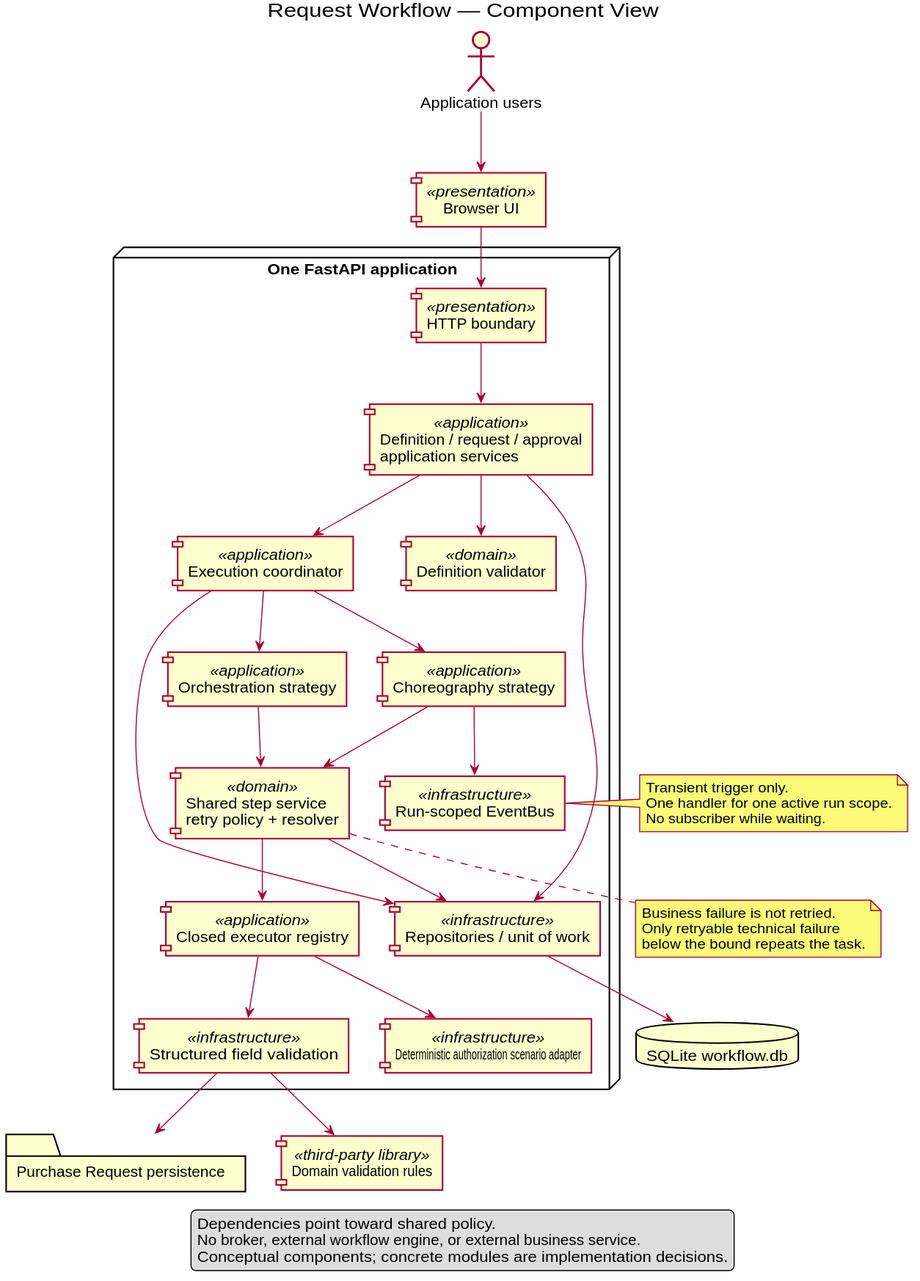
MAES1102/WMS keeps this PlantUML diagram as docs/architecture/uml/rendered/component-view.svg. Above is the earlier version.
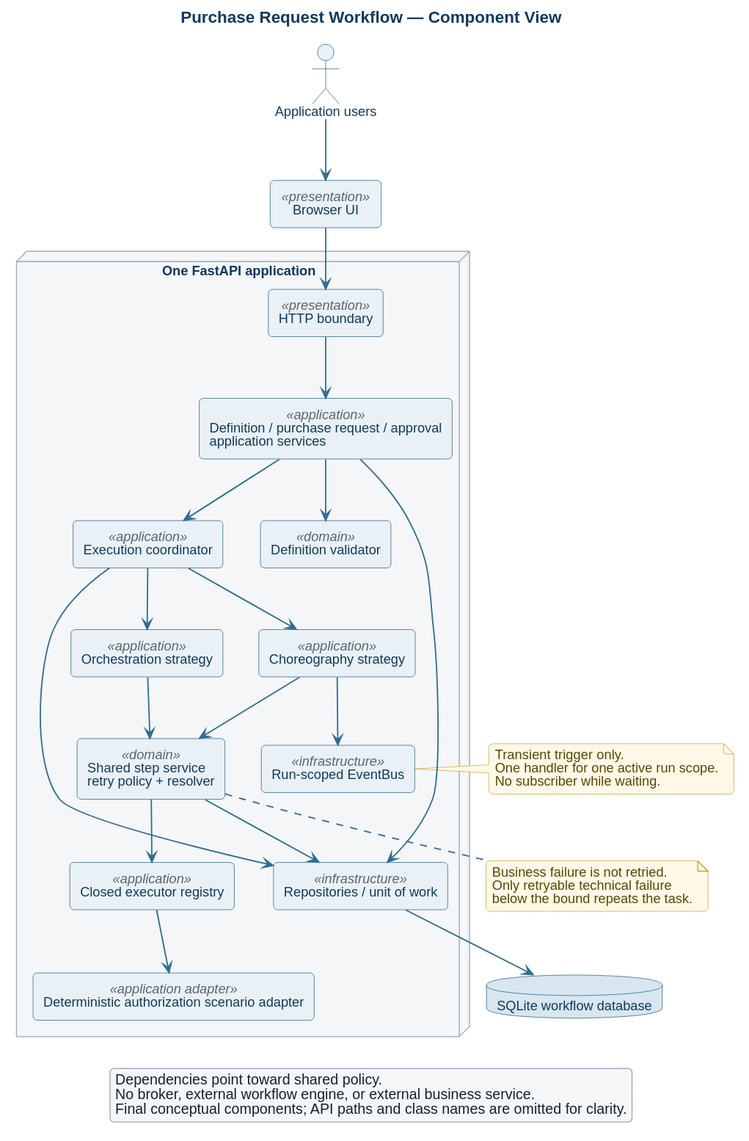
The same diagram one commit later.

What changed in the source:
```diff
@@ -1,14 +1,54 @@
 @startuml
-title Request Workflow — Component View
+title Purchase Request Workflow — Component View
 skinparam componentStyle rectangle
 skinparam shadowing false
+skinparam backgroundColor white
+skinparam defaultFontName Helvetica
+skinparam defaultFontSize 13
+skinparam roundcorner 8
+skinparam ArrowColor #326d91
+skinparam ArrowThickness 1.3
+skinparam titleFontColor #12395b
+skinparam titleFontSize 16
+skinparam titleFontStyle bold
+skinparam component {
+  BackgroundColor #e9f1f6
+  BorderColor #1d567d
+  FontColor #12395b
+  StereotypeFontColor #5a6470
+}
+skinparam node {
+  BackgroundColor #f4f6f8
+  BorderColor #9eabb7
+  FontColor #12395b
+}
+skinparam database {
+  BackgroundColor #d7e6ef
+  BorderColor #1d567d
+  FontColor #12395b
+}
+skinparam actor {
+  BackgroundColor #e9f1f6
+  BorderColor #1d567d
+  FontColor #12395b
+}
+skinparam note {
+  BackgroundColor #fff8e7
+  BorderColor #c9a227
+  FontColor #5a4600
+}
+skinparam legend {
+  BackgroundColor #f4f6f8
+  BorderColor #9eabb7
+  FontColor #17212b
+}
 
 actor "Application users" as Users
 component "Browser UI" as Browser <<presentation>>
 
 node "One FastAPI application" {
   component "HTTP boundary" as HTTP <<presentation>>
-  component "Definition / request / approval\napplication services" as Services <<application>>
+  component "Definition / purchase request / approval\napplication services" as Services <<application>>
   component "Execution coordinator" as Coordinator <<application>>
   component "Orchestration strategy" as Orchestration <<application>>
   component "Choreography strategy" as Choreography <<application>>
@@ -17,13 +57,10 @@
   component "Closed executor registry" as Executors <<application>>
   component "Run-scoped EventBus" as EventBus <<infrastructure>>
   component "Repositories / unit of work" as Repositories <<infrastructure>>
-  component "Structured field validation" as StructuredBoundary <<infrastructure>>
-  component "Deterministic authorization scenario adapter" as Faults <<infrastructure>>
+  component "Deterministic authorization scenario adapter" as Faults <<application adapter>>
 }
 
-database "SQLite workflow.db" as Database
-folder "Purchase Request persistence" as Storage
-component "Domain validation rules" as ValidationRules <<third-party library>>
+database "SQLite workflow database" as Database
 
 Users --> Browser
 Browser --> HTTP
@@ -36,14 +73,11 @@
 Choreography --> Step
 Choreography --> EventBus
 Step --> Executors
-Executors --> StructuredBoundary
 Executors --> Faults
 Services --> Repositories
 Coordinator --> Repositories
 Step --> Repositories
 Repositories --> Database
-StructuredBoundary --> Storage
-StructuredBoundary --> ValidationRules
 
 note right of EventBus
 Transient trigger only.
@@ -60,6 +94,6 @@
 legend
 Dependencies point toward shared policy.
 No broker, external workflow engine, or external business service.
-Conceptual components; concrete modules are implementation decisions.
+Final conceptual components; API paths and class names are omitted for clarity.
 endlegend
 @enduml
```
